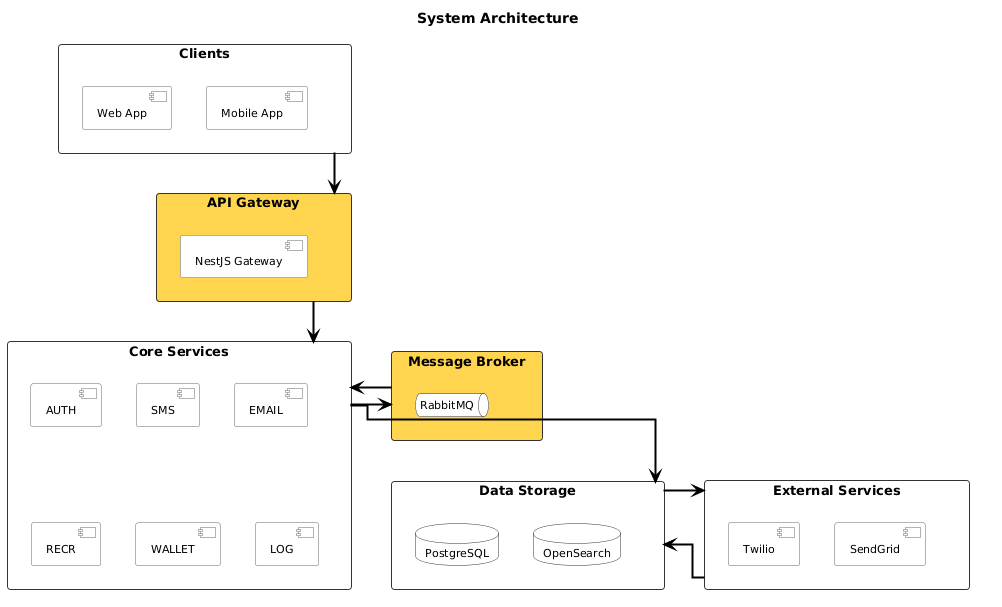
Above: modules/images/architecture/architecture-system.png in namnh240795/document (PlantUML), before the change.
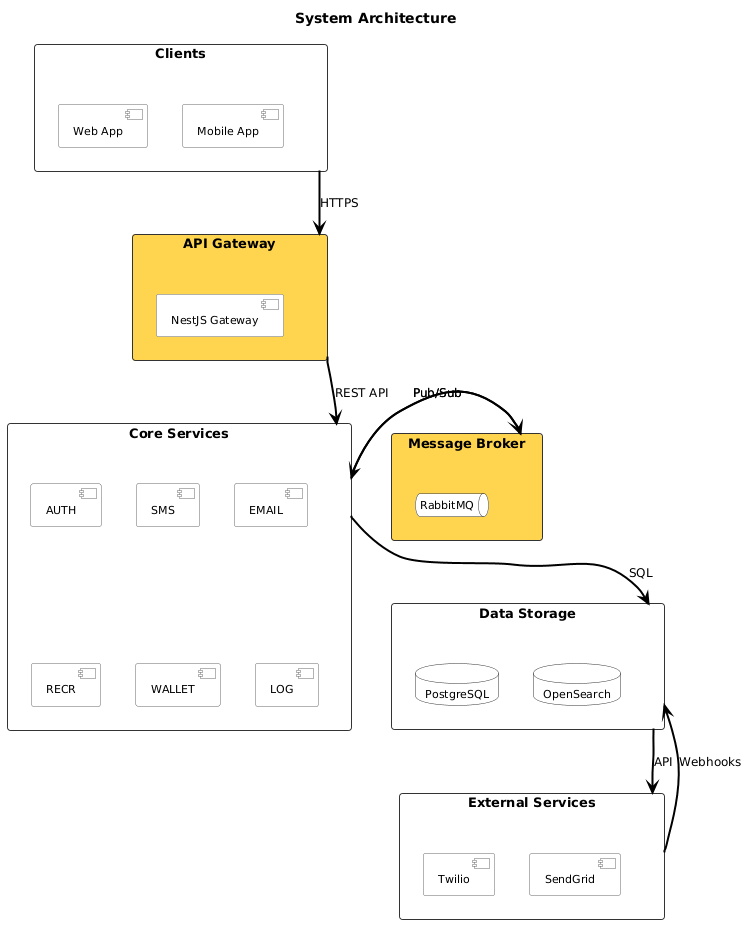
Later version of the same file.

Commit message:
fix: remove ortho lines to avoid arrow overlap with Message Broker

What changed in the source:
```diff
@@ -2,7 +2,6 @@
 
 top to bottom direction
 
-skinparam linetype ortho
 skinparam defaultFontName "Arial"
 skinparam defaultFontSize 12
 
@@ -42,7 +41,6 @@
 
 title System Architecture
 
-
 rectangle "  Clients  " as clients #FFFFFF {
   component "Web App" as web
   component "Mobile App" as mobile
@@ -78,16 +76,16 @@
 clients -[hidden]down-> gw
 gw -[hidden]down-> services
 services -[hidden]down-> storage
-services -[hidden]down-> external
+storage -[hidden]down-> external
+
 services -[hidden]right-> broker
-storage -[hidden]right-> external
 
-clients -down-> gw
-gw -down-> services
-services -down-> storage
-services -right-> broker
-broker -left-> services
-storage -right-> external
-external -left-> storage
+clients -down-> gw : HTTPS
+gw -down-> services : REST API
+services -down-> storage : SQL
+services -right-> broker : Pub/Sub
+broker -left-> services : Pub/Sub
+storage -down-> external : API
+external -up-> storage : Webhooks
 
 @enduml
```
